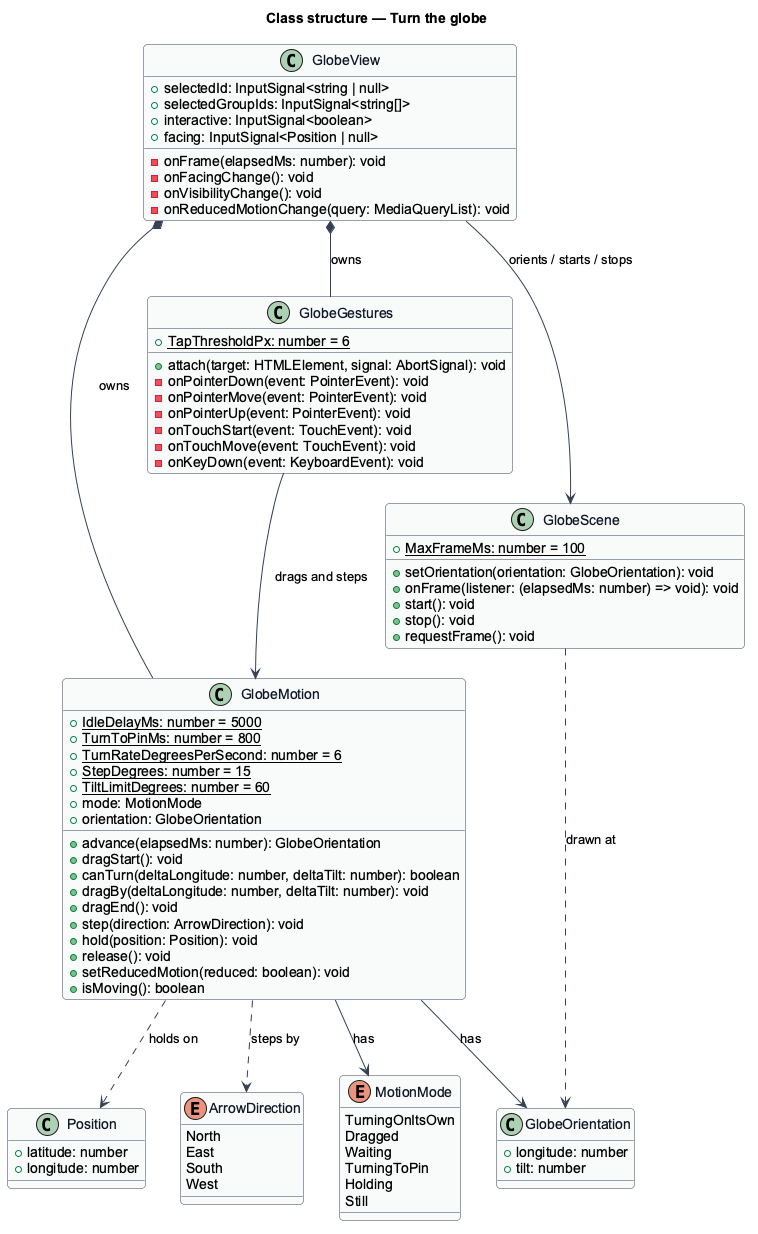
The PlantUML diagram docs/detailed-designs/globe/turn-globe/diagrams/class-structure.png in QuinntyneBrown/Mondino, before a commit.
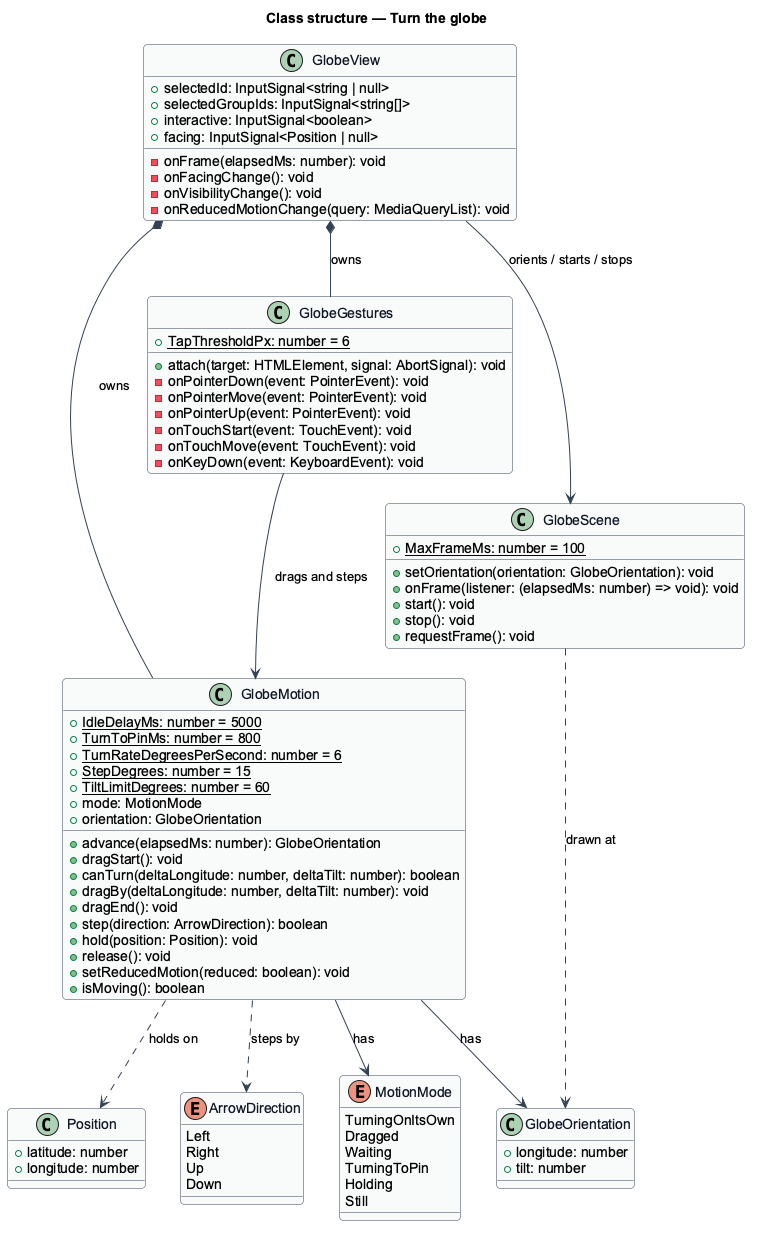
Later version of the same file.

What changed in the source:
```diff
@@ -21,10 +21,10 @@
 }
 
 enum ArrowDirection {
-  North
-  East
-  South
-  West
+  Left
+  Right
+  Up
+  Down
 }
 
 class GlobeOrientation {
@@ -45,7 +45,7 @@
   +canTurn(deltaLongitude: number, deltaTilt: number): boolean
   +dragBy(deltaLongitude: number, deltaTilt: number): void
   +dragEnd(): void
-  +step(direction: ArrowDirection): void
+  +step(direction: ArrowDirection): boolean
   +hold(position: Position): void
   +release(): void
   +setReducedMotion(reduced: boolean): void
```
